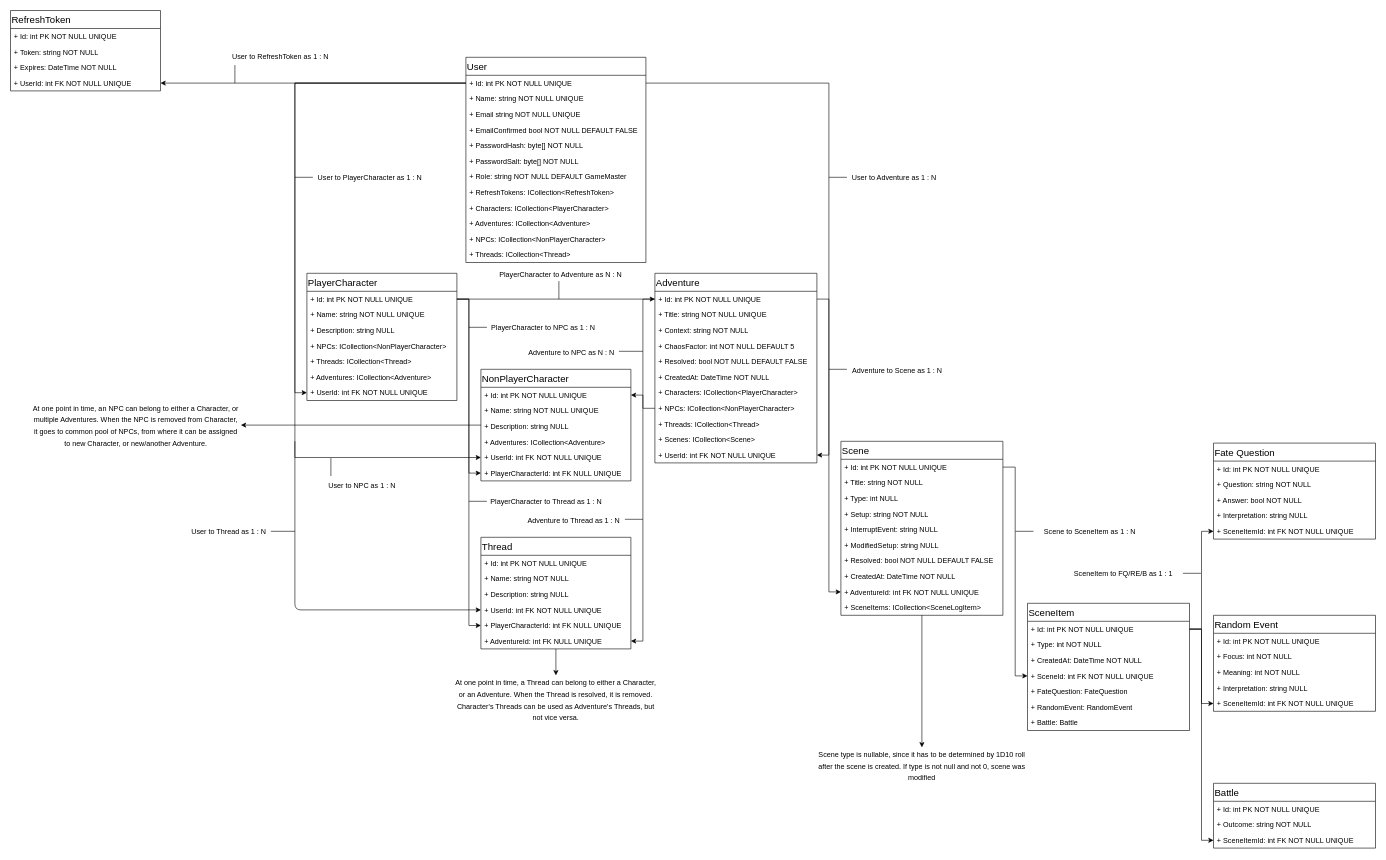
StanisKo/MGME keeps this draw.io diagram as page "Data Structure" (3 of 3) of App Flow and Data Structure.drawio. Above is the earlier version. Source tidied: cells renumbered, new cells numbered last; positions are measured from the earlier drawing's top-left corner, leaving out a move shared by most shapes. Both pictures are drawn from the tidied source at 60%, with x=0, y=0 at pixel (10, 10).
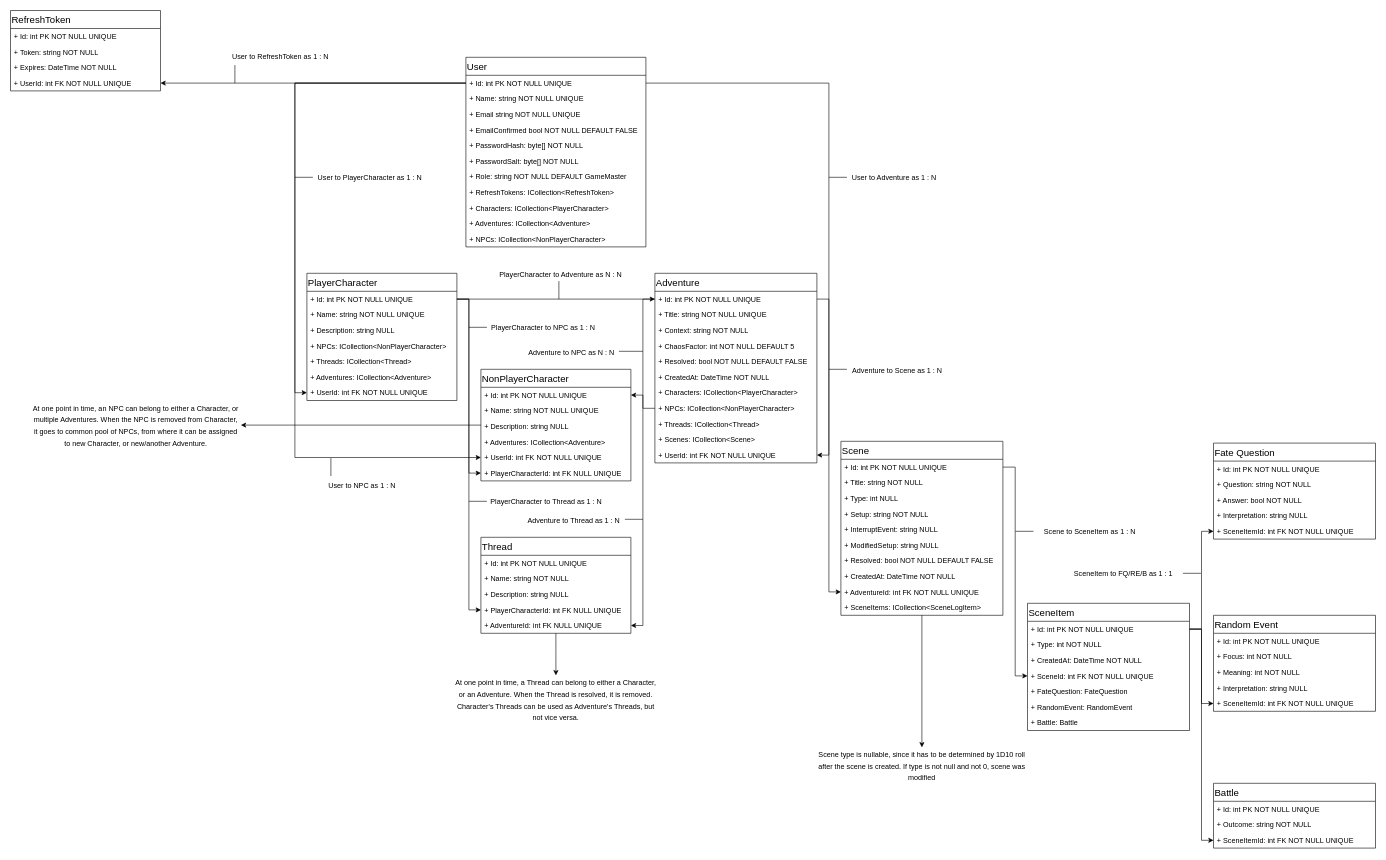
Above is the later version.

Change to the diagram source:
```diff
@@
     <mxCell id="11" value="Thread" style="swimlane;fontStyle=0;align=left;verticalAlign=top;horizontal=1;startSize=30;rounded=0;strokeColor=#000000;strokeWidth=1;fillColor=none;fontSize=16;fontColor=#000000;" parent="1" vertex="1">
-      <mxGeometry x="784" y="878" width="250" height="186" as="geometry" />
+      <mxGeometry x="784" y="878" width="250" height="160" as="geometry" />
     </mxCell>
@@
-    <mxCell id="15" value="+ UserId: int FK NOT NULL UNIQUE" style="text;strokeColor=none;fillColor=none;align=left;verticalAlign=top;spacingLeft=4;spacingRight=4;overflow=hidden;points=[[0,0.5],[1,0.5]];portConstraint=eastwest;" parent="11" vertex="1">
-      <mxGeometry y="108" width="250" height="26" as="geometry" />
-    </mxCell>
     <mxCell id="16" value="+ PlayerCharacterId: int FK NULL UNIQUE" style="text;strokeColor=none;fillColor=none;align=left;verticalAlign=top;spacingLeft=4;spacingRight=4;overflow=hidden;points=[[0,0.5],[1,0.5]];portConstraint=eastwest;" parent="11" vertex="1">
-      <mxGeometry y="134" width="250" height="26" as="geometry" />
+      <mxGeometry y="108" width="250" height="26" as="geometry" />
     </mxCell>
     <mxCell id="17" value="+ AdventureId: int FK NULL UNIQUE" style="text;strokeColor=none;fillColor=none;align=left;verticalAlign=top;spacingLeft=4;spacingRight=4;overflow=hidden;points=[[0,0.5],[1,0.5]];portConstraint=eastwest;" parent="11" vertex="1">
-      <mxGeometry y="160" width="250" height="26" as="geometry" />
+      <mxGeometry y="134" width="250" height="26" as="geometry" />
     </mxCell>
@@
     <mxCell id="100" value="User" style="swimlane;fontStyle=0;align=left;verticalAlign=top;horizontal=1;startSize=30;rounded=0;strokeColor=#000000;strokeWidth=1;fillColor=none;fontSize=16;fontColor=#000000;" parent="1" vertex="1">
-      <mxGeometry x="759" y="78" width="300" height="342" as="geometry" />
+      <mxGeometry x="759" y="78" width="300" height="316" as="geometry" />
     </mxCell>
@@
-    <mxCell id="112" value="+ Threads: ICollection&lt;Thread&gt;" style="text;strokeColor=none;fillColor=none;align=left;verticalAlign=top;spacingLeft=4;spacingRight=4;overflow=hidden;" parent="100" vertex="1">
-      <mxGeometry y="316" width="300" height="26" as="geometry" />
-    </mxCell>
@@
-    <mxCell id="133" style="endArrow=classic;html=1;strokeWidth=1;fontSize=16;fontColor=#000000;entryX=0;entryY=0.5;entryDx=0;entryDy=0;" parent="1" edge="1" target="15">
-      <mxGeometry relative="1" as="geometry">
-        <mxPoint x="474" y="718" as="sourcePoint" />
-        <Array as="points">
-          <mxPoint x="474" y="999" />
-        </Array>
-      </mxGeometry>
-    </mxCell>
-    <mxCell id="134" style="endArrow=none;html=1;strokeWidth=1;fontSize=16;fontColor=#000000;" parent="1" edge="1">
-      <mxGeometry relative="1" as="geometry">
-        <mxPoint x="474" y="868" as="sourcePoint" />
-        <mxPoint x="434" y="868" as="targetPoint" />
-      </mxGeometry>
-    </mxCell>
-    <mxCell id="135" value="&lt;span style=&quot;font-size: 12px&quot;&gt;User to Thread as 1 : N&lt;/span&gt;" style="text;html=1;strokeColor=none;fillColor=none;align=center;verticalAlign=middle;whiteSpace=wrap;rounded=0;fontSize=16;fontColor=#000000;" parent="1" vertex="1">
-      <mxGeometry x="263" y="857" width="202" height="20" as="geometry" />
-    </mxCell>
```
